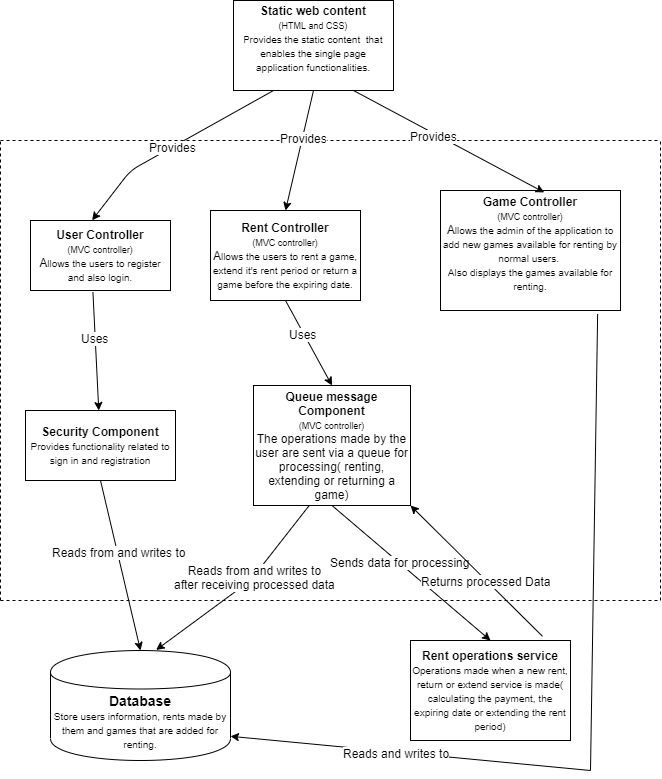
This is Andricsak/Proiect/C4ModelDiagrams/Level 3 Diagram.png from diercan/PSSC-2019, a draw.io export, as it was before one commit. Source tidied: cells renumbered, new cells last; positions are measured from the earlier drawing's top-left corner, leaving out a move shared by most shapes. Its diagram source:
```xml
<mxGraphModel>
  <root>
    <mxCell id="0" />
    <mxCell id="1" parent="0" />
    <mxCell id="2" style="endArrow=none;dashed=1;html=1;" parent="1" edge="1">
      <mxGeometry relative="1" as="geometry">
        <mxPoint y="600" as="sourcePoint" />
        <mxPoint y="140" as="targetPoint" />
      </mxGeometry>
    </mxCell>
    <mxCell id="3" style="endArrow=none;dashed=1;html=1;" parent="1" edge="1">
      <mxGeometry relative="1" as="geometry">
        <mxPoint y="600" as="sourcePoint" />
        <mxPoint x="660" y="600" as="targetPoint" />
      </mxGeometry>
    </mxCell>
    <mxCell id="4" style="endArrow=none;dashed=1;html=1;" parent="1" edge="1">
      <mxGeometry relative="1" as="geometry">
        <mxPoint y="140" as="sourcePoint" />
        <mxPoint x="660" y="140" as="targetPoint" />
      </mxGeometry>
    </mxCell>
    <mxCell id="5" style="endArrow=none;dashed=1;html=1;" parent="1" edge="1">
      <mxGeometry relative="1" as="geometry">
        <mxPoint x="660" y="600" as="sourcePoint" />
        <mxPoint x="660" y="140" as="targetPoint" />
      </mxGeometry>
    </mxCell>
    <mxCell id="6" value="&lt;font&gt;&lt;b style=&quot;font-size: 12px&quot;&gt;User Controller&lt;br&gt;&lt;/b&gt;&lt;font style=&quot;font-size: 9px&quot;&gt;(MVC controller)&lt;/font&gt;&lt;br&gt;A&lt;/font&gt;&lt;font&gt;&lt;font size=&quot;1&quot;&gt;llows the users to register and also login.&lt;/font&gt;&lt;br&gt;&lt;/font&gt;" style="rounded=0;whiteSpace=wrap;html=1;" parent="1" vertex="1">
      <mxGeometry x="30" y="220" width="140" height="70" as="geometry" />
    </mxCell>
    <mxCell id="7" value="&lt;font&gt;&lt;b style=&quot;font-size: 12px&quot;&gt;Security Component&lt;/b&gt;&lt;br&gt;&lt;font style=&quot;font-size: 10px&quot;&gt;Provides functionality related to sign in and registration&lt;/font&gt;&lt;br&gt;&lt;/font&gt;" style="rounded=0;whiteSpace=wrap;html=1;" parent="1" vertex="1">
      <mxGeometry x="25" y="410" width="150" height="70" as="geometry" />
    </mxCell>
    <mxCell id="8" value="&lt;font style=&quot;font-size: 12px&quot;&gt;&lt;b&gt;Rent Controller&lt;br&gt;&lt;/b&gt;&lt;span style=&quot;font-size: 9px&quot;&gt;(MVC controller)&lt;/span&gt;&lt;br&gt;A&lt;/font&gt;&lt;font&gt;&lt;font size=&quot;1&quot;&gt;llows the users to rent a game, extend it's rent period or return a game before the expiring date.&lt;/font&gt;&lt;br&gt;&lt;/font&gt;" style="rounded=0;whiteSpace=wrap;html=1;" parent="1" vertex="1">
      <mxGeometry x="210" y="210" width="150" height="90" as="geometry" />
    </mxCell>
    <mxCell id="9" value="&lt;font&gt;&lt;b style=&quot;font-size: 12px&quot;&gt;Game Controller&lt;br&gt;&lt;/b&gt;&lt;font style=&quot;font-size: 9px&quot;&gt;(MVC controller)&lt;/font&gt;&lt;br&gt;A&lt;/font&gt;&lt;font&gt;&lt;font size=&quot;1&quot;&gt;llows the admin of the application to add new games available for renting by normal users.&amp;nbsp;&lt;br&gt;Also displays the games available for renting.&lt;br&gt;&lt;/font&gt;&lt;br&gt;&lt;/font&gt;" style="rounded=0;whiteSpace=wrap;html=1;" parent="1" vertex="1">
      <mxGeometry x="440" y="190" width="180" height="120" as="geometry" />
    </mxCell>
    <mxCell id="10" value="&lt;font&gt;&lt;b style=&quot;font-size: 12px&quot;&gt;Static web content&lt;br&gt;&lt;/b&gt;&lt;font style=&quot;font-size: 9px&quot;&gt;(HTML and CSS)&lt;br&gt;P&lt;/font&gt;&lt;/font&gt;&lt;font&gt;&lt;font style=&quot;font-size: 10px&quot;&gt;rovides the static content&amp;nbsp; that enables the single page application functionalities.&lt;/font&gt;&lt;br&gt;&lt;br&gt;&lt;/font&gt;" style="rounded=0;whiteSpace=wrap;html=1;" parent="1" vertex="1">
      <mxGeometry x="233" width="160" height="90" as="geometry" />
    </mxCell>
    <mxCell id="11" style="endArrow=classic;html=1;exitX=0.25;exitY=1;exitDx=0;exitDy=0;entryX=0.44;entryY=-0.003;entryDx=0;entryDy=0;entryPerimeter=0;" parent="1" edge="1" source="10" target="6">
      <mxGeometry relative="1" as="geometry">
        <Array as="points">
          <mxPoint x="130" y="170" />
        </Array>
      </mxGeometry>
    </mxCell>
    <mxCell id="12" value="Provides" style="text;html=1;align=center;verticalAlign=middle;labelBackgroundColor=#ffffff;" parent="11" vertex="1">
      <mxGeometry x="0.03" relative="1" as="geometry" />
    </mxCell>
    <mxCell id="13" style="endArrow=classic;html=1;exitX=0.5;exitY=1;exitDx=0;exitDy=0;entryX=0.5;entryY=0;entryDx=0;entryDy=0;" parent="1" edge="1" source="10" target="8">
      <mxGeometry relative="1" as="geometry" />
    </mxCell>
    <mxCell id="14" value="Provides" style="text;html=1;align=center;verticalAlign=middle;labelBackgroundColor=#ffffff;" parent="13" vertex="1">
      <mxGeometry x="-0.21" y="1" relative="1" as="geometry" />
    </mxCell>
    <mxCell id="15" style="endArrow=classic;html=1;exitX=0.75;exitY=1;exitDx=0;exitDy=0;entryX=0.576;entryY=0.016;entryDx=0;entryDy=0;entryPerimeter=0;" parent="1" edge="1" source="10" target="9">
      <mxGeometry relative="1" as="geometry" />
    </mxCell>
    <mxCell id="16" value="Provides" style="text;html=1;align=center;verticalAlign=middle;labelBackgroundColor=#ffffff;" parent="15" vertex="1">
      <mxGeometry x="-0.15" y="-2" relative="1" as="geometry" />
    </mxCell>
    <mxCell id="17" style="endArrow=classic;html=1;exitX=0.446;exitY=1.026;exitDx=0;exitDy=0;exitPerimeter=0;" parent="1" edge="1" source="6" target="7">
      <mxGeometry relative="1" as="geometry" />
    </mxCell>
    <mxCell id="18" value="Uses" style="text;html=1;align=center;verticalAlign=middle;labelBackgroundColor=#ffffff;" parent="17" vertex="1">
      <mxGeometry x="-0.22" y="-1" relative="1" as="geometry" />
    </mxCell>
    <mxCell id="19" value="&lt;font style=&quot;font-weight: bold ; font-size: 14px&quot;&gt;Database&lt;br&gt;&lt;/font&gt;&lt;font&gt;&lt;font style=&quot;font-size: 10px&quot;&gt;Store users information, rents made by them and games that are added for renting.&lt;/font&gt;&lt;br&gt;&lt;/font&gt;" style="shape=cylinder;whiteSpace=wrap;html=1;boundedLbl=1;backgroundOutline=1;" parent="1" vertex="1">
      <mxGeometry x="50" y="650" width="180" height="110" as="geometry" />
    </mxCell>
    <mxCell id="20" style="endArrow=classic;html=1;exitX=0.5;exitY=1;exitDx=0;exitDy=0;entryX=0.5;entryY=0;entryDx=0;entryDy=0;" parent="1" edge="1" source="7" target="19">
      <mxGeometry relative="1" as="geometry" />
    </mxCell>
    <mxCell id="21" value="Reads from and writes to" style="text;html=1;align=center;verticalAlign=middle;labelBackgroundColor=#ffffff;" parent="20" vertex="1">
      <mxGeometry x="-0.15" y="1" relative="1" as="geometry" />
    </mxCell>
    <mxCell id="22" value="&lt;font&gt;&lt;b style=&quot;font-size: 12px&quot;&gt;Rent operations service&lt;br&gt;&lt;/b&gt;&lt;/font&gt;&lt;font&gt;&lt;font size=&quot;1&quot;&gt;Operations made when a new rent, return or extend service is made( calculating the payment, the expiring date or extending the rent period)&lt;/font&gt;&lt;br&gt;&lt;/font&gt;" style="rounded=0;whiteSpace=wrap;html=1;" parent="1" vertex="1">
      <mxGeometry x="410" y="640" width="160" height="100" as="geometry" />
    </mxCell>
    <mxCell id="23" value="&lt;font&gt;&lt;b style=&quot;font-size: 12px&quot;&gt;Queue message Component&lt;br&gt;&lt;/b&gt;&lt;font style=&quot;font-size: 9px&quot;&gt;(MVC controller)&lt;/font&gt;&lt;br&gt;&lt;/font&gt;&lt;font&gt;The operations made by the user are sent via a queue for processing( renting, extending or returning a game)&lt;br&gt;&lt;/font&gt;" style="rounded=0;whiteSpace=wrap;html=1;" parent="1" vertex="1">
      <mxGeometry x="253" y="385" width="157" height="120" as="geometry" />
    </mxCell>
    <mxCell id="24" style="endArrow=classic;html=1;exitX=0.5;exitY=1;exitDx=0;exitDy=0;entryX=0.5;entryY=0;entryDx=0;entryDy=0;" parent="1" edge="1" source="8" target="23">
      <mxGeometry relative="1" as="geometry" />
    </mxCell>
    <mxCell id="25" value="Uses" style="text;html=1;align=center;verticalAlign=middle;labelBackgroundColor=#ffffff;" parent="24" vertex="1">
      <mxGeometry x="-0.22" y="-1" relative="1" as="geometry" />
    </mxCell>
    <mxCell id="26" style="endArrow=classic;html=1;exitX=0.353;exitY=1.003;exitDx=0;exitDy=0;entryX=0.587;entryY=-0.005;entryDx=0;entryDy=0;entryPerimeter=0;exitPerimeter=0;" parent="1" edge="1" source="23" target="19">
      <mxGeometry relative="1" as="geometry">
        <Array as="points">
          <mxPoint x="250" y="580" />
        </Array>
      </mxGeometry>
    </mxCell>
    <mxCell id="27" value="Reads from and writes to&lt;br&gt;after receiving processed data" style="text;html=1;align=center;verticalAlign=middle;labelBackgroundColor=#ffffff;" parent="26" vertex="1">
      <mxGeometry x="-0.15" y="1" relative="1" as="geometry" />
    </mxCell>
    <mxCell id="28" style="endArrow=classic;html=1;exitX=0.5;exitY=1;exitDx=0;exitDy=0;entryX=0.5;entryY=0;entryDx=0;entryDy=0;" parent="1" edge="1" source="23" target="22">
      <mxGeometry relative="1" as="geometry" />
    </mxCell>
    <mxCell id="29" value="Sends data for processing" style="text;html=1;align=center;verticalAlign=middle;labelBackgroundColor=#ffffff;" parent="28" vertex="1">
      <mxGeometry x="-0.15" y="1" relative="1" as="geometry" />
    </mxCell>
    <mxCell id="30" style="endArrow=classic;html=1;exitX=0.825;exitY=-0.042;exitDx=0;exitDy=0;entryX=1;entryY=1;entryDx=0;entryDy=0;exitPerimeter=0;" parent="1" edge="1" source="22" target="23">
      <mxGeometry relative="1" as="geometry" />
    </mxCell>
    <mxCell id="31" value="Returns processed Data" style="text;html=1;align=center;verticalAlign=middle;labelBackgroundColor=#ffffff;" parent="30" vertex="1">
      <mxGeometry x="-0.15" y="1" relative="1" as="geometry" />
    </mxCell>
    <mxCell id="32" style="endArrow=classic;html=1;entryX=1;entryY=0.78;entryDx=0;entryDy=0;entryPerimeter=0;" parent="1" edge="1" target="19">
      <mxGeometry relative="1" as="geometry">
        <mxPoint x="590" y="770" as="sourcePoint" />
      </mxGeometry>
    </mxCell>
    <mxCell id="33" value="Reads and writes to" style="text;html=1;align=center;verticalAlign=middle;labelBackgroundColor=#ffffff;" parent="32" vertex="1">
      <mxGeometry x="0.08" y="1" relative="1" as="geometry" />
    </mxCell>
    <mxCell id="34" style="endArrow=none;html=1;entryX=0.873;entryY=1.029;entryDx=0;entryDy=0;entryPerimeter=0;" parent="1" edge="1" target="9">
      <mxGeometry relative="1" as="geometry">
        <mxPoint x="590" y="770" as="sourcePoint" />
      </mxGeometry>
    </mxCell>
  </root>
</mxGraphModel>
```
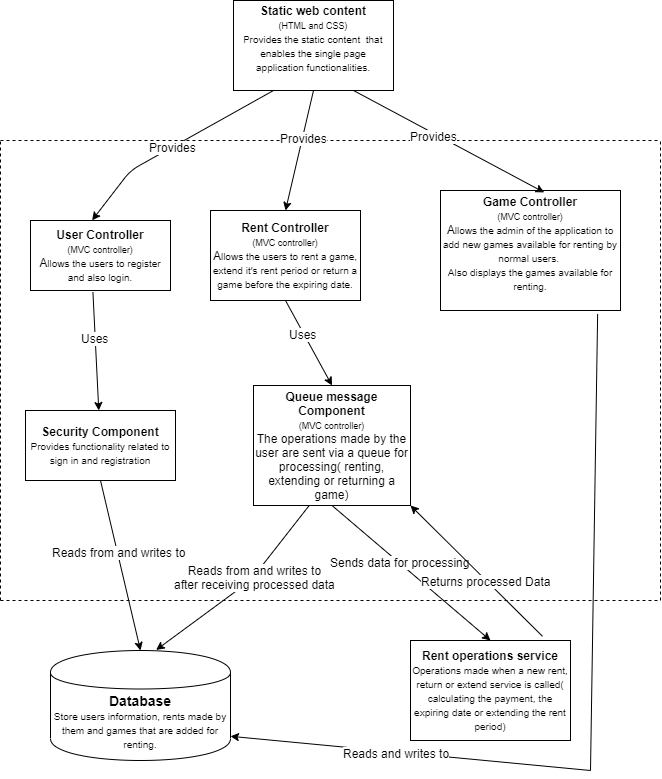
Later version of the same file.

Diff of the diagram source:
```diff
@@ -78,7 +78,7 @@
     <mxCell id="21" value="Reads from and writes to" style="text;html=1;align=center;verticalAlign=middle;labelBackgroundColor=#ffffff;" parent="20" vertex="1">
       <mxGeometry x="-0.15" y="1" relative="1" as="geometry" />
     </mxCell>
-    <mxCell id="22" value="&lt;font&gt;&lt;b style=&quot;font-size: 12px&quot;&gt;Rent operations service&lt;br&gt;&lt;/b&gt;&lt;/font&gt;&lt;font&gt;&lt;font size=&quot;1&quot;&gt;Operations made when a new rent, return or extend service is made( calculating the payment, the expiring date or extending the rent period)&lt;/font&gt;&lt;br&gt;&lt;/font&gt;" style="rounded=0;whiteSpace=wrap;html=1;" parent="1" vertex="1">
+    <mxCell id="22" value="&lt;font&gt;&lt;b style=&quot;font-size: 12px&quot;&gt;Rent operations service&lt;br&gt;&lt;/b&gt;&lt;/font&gt;&lt;font&gt;&lt;font size=&quot;1&quot;&gt;Operations made when a new rent, return or extend service is called( calculating the payment, the expiring date or extending the rent period)&lt;/font&gt;&lt;br&gt;&lt;/font&gt;" style="rounded=0;whiteSpace=wrap;html=1;" parent="1" vertex="1">
       <mxGeometry x="410" y="640" width="160" height="100" as="geometry" />
     </mxCell>
     <mxCell id="23" value="&lt;font&gt;&lt;b style=&quot;font-size: 12px&quot;&gt;Queue message Component&lt;br&gt;&lt;/b&gt;&lt;font style=&quot;font-size: 9px&quot;&gt;(MVC controller)&lt;/font&gt;&lt;br&gt;&lt;/font&gt;&lt;font&gt;The operations made by the user are sent via a queue for processing( renting, extending or returning a game)&lt;br&gt;&lt;/font&gt;" style="rounded=0;whiteSpace=wrap;html=1;" parent="1" vertex="1">
```
